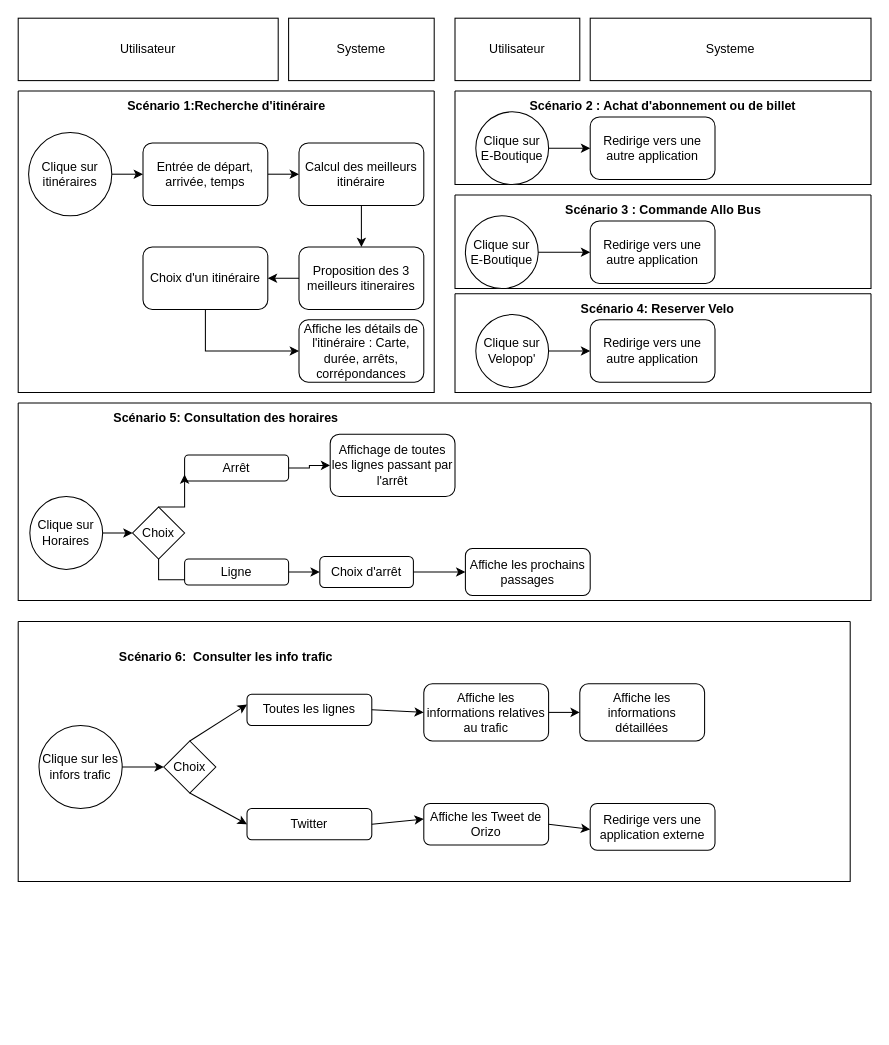
The draw.io diagram Untitled Diagram.drawio in RimAmarat/AuditSysteme, before the edit. Source tidied: cells renumbered, new cells numbered last; positions are measured from the earlier drawing's top-left corner, leaving out a move shared by most shapes. Both pictures are drawn from the tidied source at 104%, with x=0, y=0 at pixel (18, 18).
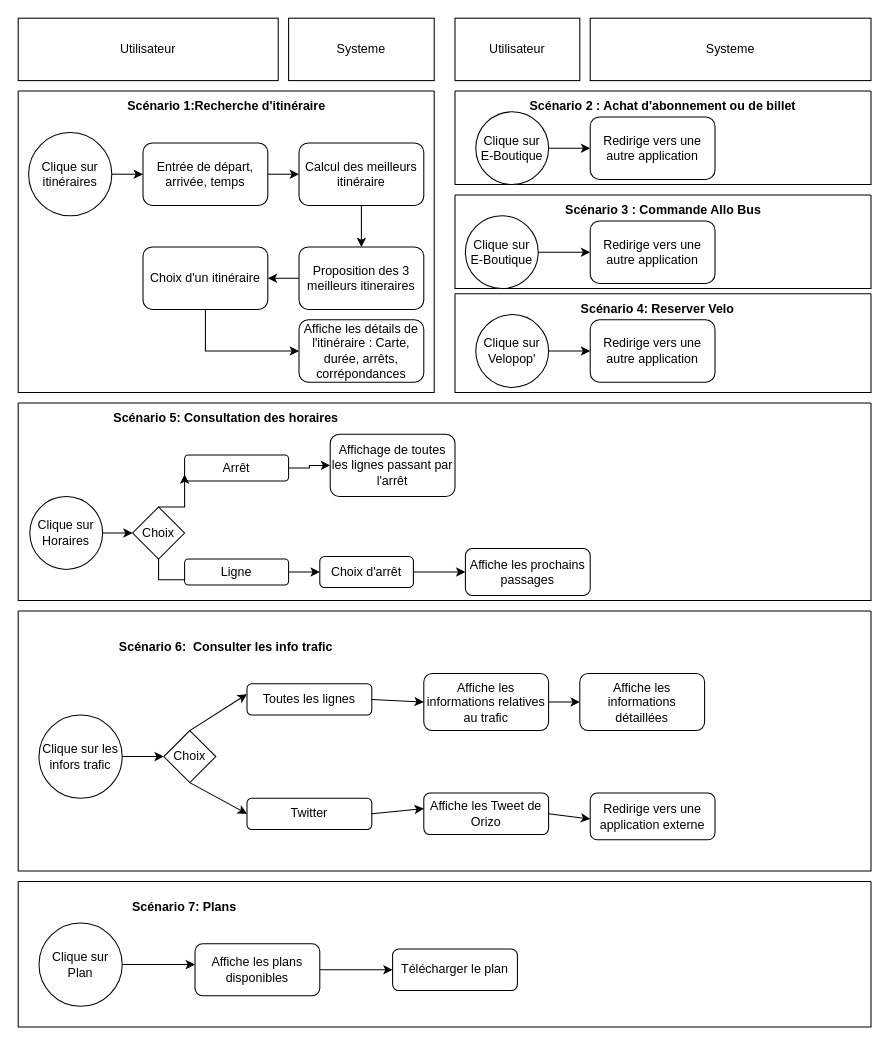
Above is the later version.

Change to the diagram source:
```diff
@@
     <mxCell id="49" style="swimlane;startSize=0;" parent="1" vertex="1">
-      <mxGeometry y="580" width="800" height="250" as="geometry" />
+      <mxGeometry y="570" width="820" height="250" as="geometry" />
     </mxCell>
@@
+    <mxCell id="66" value="&lt;div&gt;Clique sur Plan&lt;/div&gt;" style="ellipse;whiteSpace=wrap;html=1;" parent="1" vertex="1">
+      <mxGeometry x="20" y="870" width="80" height="80" as="geometry" />
+    </mxCell>
+    <mxCell id="67" value="Affiche les plans disponibles" style="rounded=1;whiteSpace=wrap;html=1;" parent="1" vertex="1">
+      <mxGeometry x="170" y="890" width="120" height="50" as="geometry" />
+    </mxCell>
+    <mxCell id="68" value="Télécharger le plan" style="rounded=1;whiteSpace=wrap;html=1;" parent="1" vertex="1">
+      <mxGeometry x="360" y="895" width="120" height="40" as="geometry" />
+    </mxCell>
+    <mxCell id="69" style="endArrow=classic;html=1;rounded=0;exitX=1;exitY=0.5;exitDx=0;exitDy=0;" parent="1" edge="1" source="66">
+      <mxGeometry relative="1" as="geometry">
+        <mxPoint x="170" y="910" as="targetPoint" />
+      </mxGeometry>
+    </mxCell>
+    <mxCell id="70" style="endArrow=classic;html=1;rounded=0;exitX=1;exitY=0.5;exitDx=0;exitDy=0;" parent="1" edge="1" source="67">
+      <mxGeometry relative="1" as="geometry">
+        <mxPoint x="360" y="915" as="targetPoint" />
+      </mxGeometry>
+    </mxCell>
+    <mxCell id="71" value="&lt;b&gt;Scénario 7: Plans&lt;/b&gt;" style="text;html=1;strokeColor=none;fillColor=none;align=center;verticalAlign=middle;whiteSpace=wrap;rounded=0;" parent="1" vertex="1">
+      <mxGeometry x="100" y="840" width="120" height="30" as="geometry" />
+    </mxCell>
+    <mxCell id="72" style="swimlane;startSize=0;" parent="1" vertex="1">
+      <mxGeometry y="830" width="820" height="140" as="geometry" />
+    </mxCell>
```
